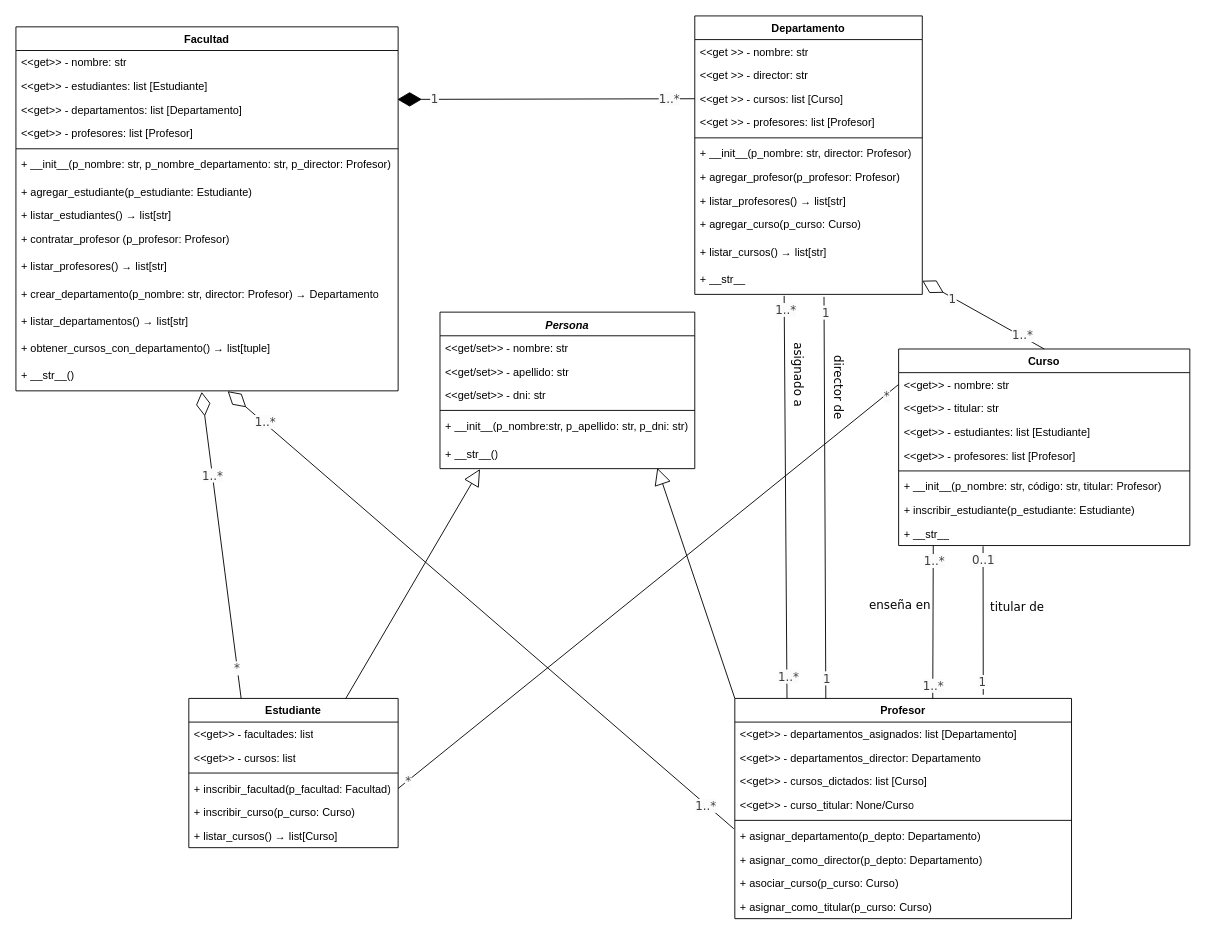
The draw.io diagram TrabajoPractico_2/proyecto1/docs/diagrama_UML_p1.drawio in FelipeCarrozzo/prog_avanzada, before the edit. Source tidied: cells renumbered, new cells numbered last; positions are measured from the earlier drawing's top-left corner, leaving out a move shared by most shapes. Both pictures are drawn from the tidied source at 91%, with x=0, y=0 at pixel (15, 15).
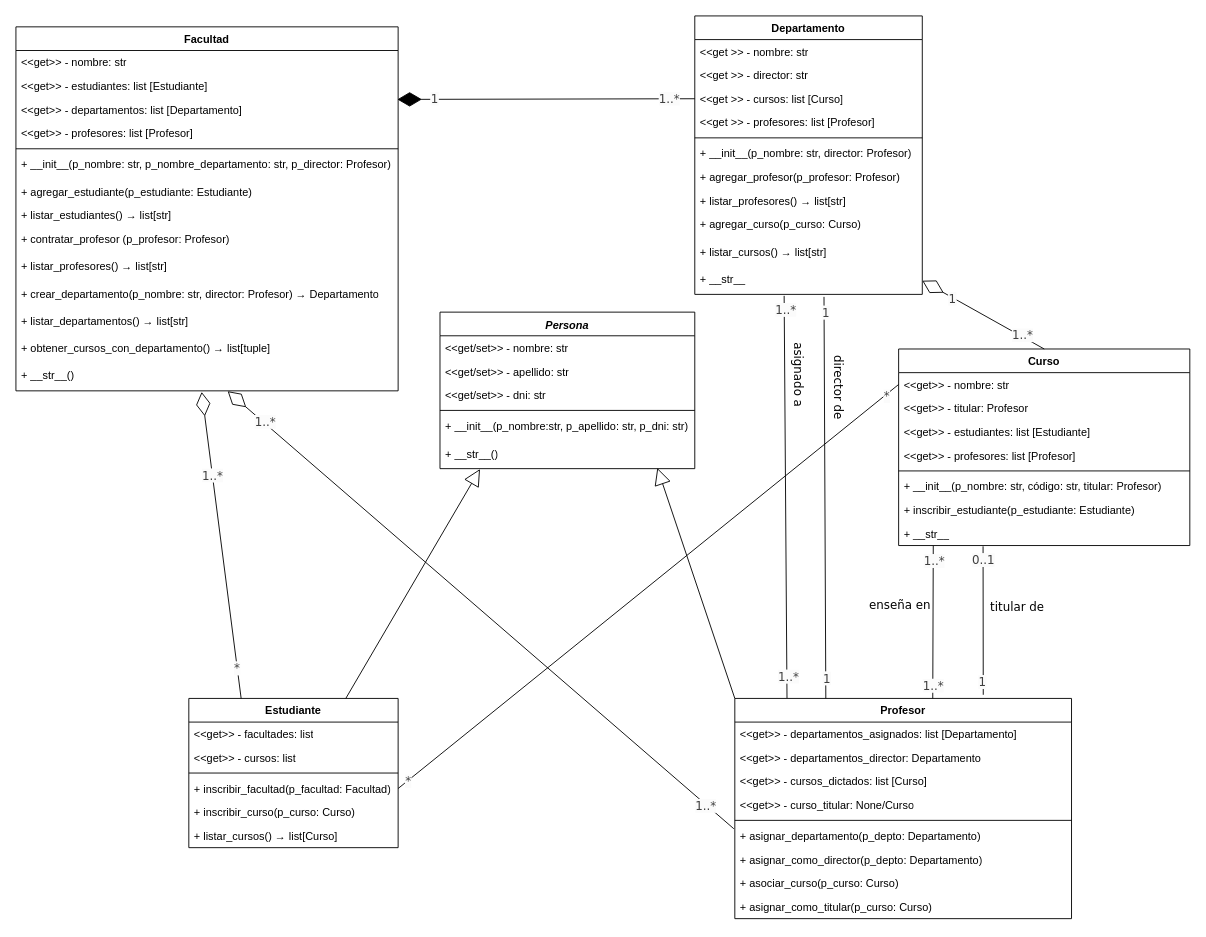
After the change.

Unchanged cells that the change refers to:
```xml
<mxCell id="36" value="Curso" style="swimlane;fontStyle=1;align=center;verticalAlign=top;horizontal=1;startSize=26;whiteSpace=wrap;html=1;" parent="1" vertex="1">
  <mxGeometry x="970" y="366" width="320" height="216" as="geometry" />
</mxCell>
```

The edit, as a diff of the source:
```diff
@@
-    <mxCell id="38" value="&lt;span style=&quot;color: rgb(0, 0, 0);&quot;&gt;&amp;lt;&amp;lt;get&amp;gt;&amp;gt;&amp;nbsp;&lt;/span&gt;- titular: str" style="text;strokeColor=none;fillColor=none;align=left;verticalAlign=top;spacingLeft=4;spacingRight=4;overflow=hidden;whiteSpace=wrap;html=1;" parent="36" vertex="1">
+    <mxCell id="38" value="&lt;span style=&quot;color: rgb(0, 0, 0);&quot;&gt;&amp;lt;&amp;lt;get&amp;gt;&amp;gt;&amp;nbsp;&lt;/span&gt;- titular: Profesor" style="text;strokeColor=none;fillColor=none;align=left;verticalAlign=top;spacingLeft=4;spacingRight=4;overflow=hidden;whiteSpace=wrap;html=1;" parent="36" vertex="1">
       <mxGeometry y="52" width="320" height="26" as="geometry" />
     </mxCell>
```
